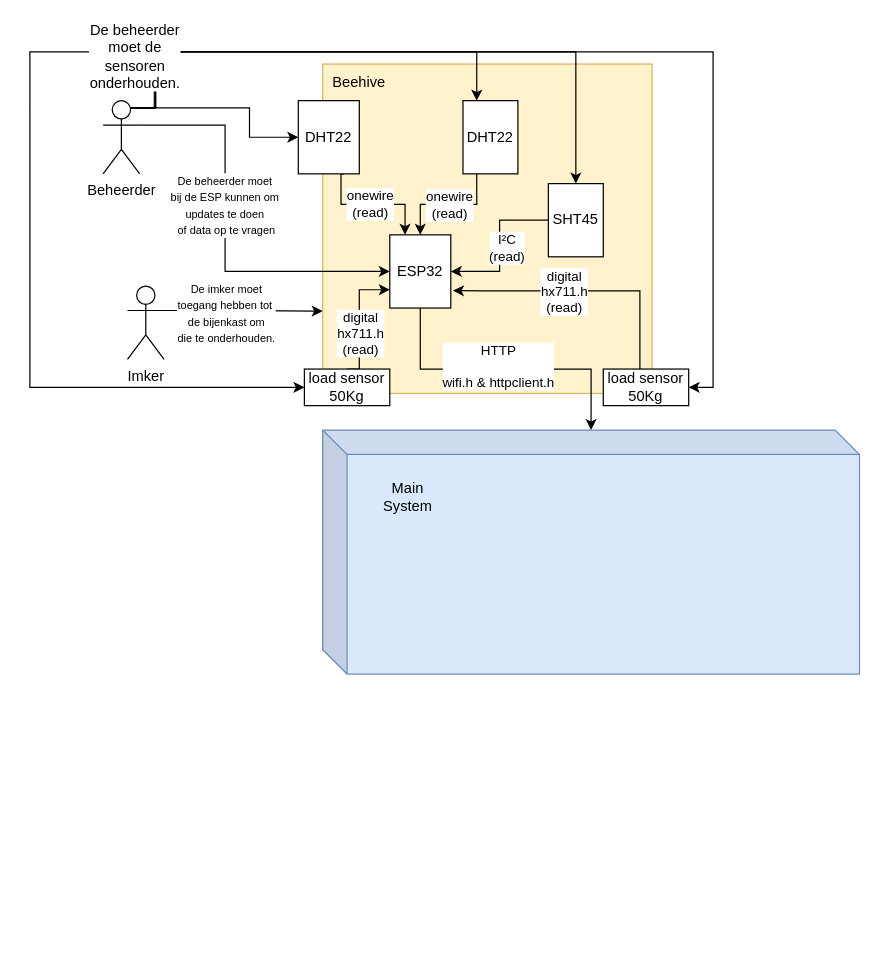
The draw.io diagram Schematisch-overzicht-Bee-Sensors.drawio in CruZxPog/integratieproject-bee, before the edit. Source tidied: cells renumbered, new cells numbered last; positions are measured from the earlier drawing's top-left corner, leaving out a move shared by most shapes. Both pictures are drawn from the tidied source at 122%, with x=0, y=0 at pixel (29, 51).
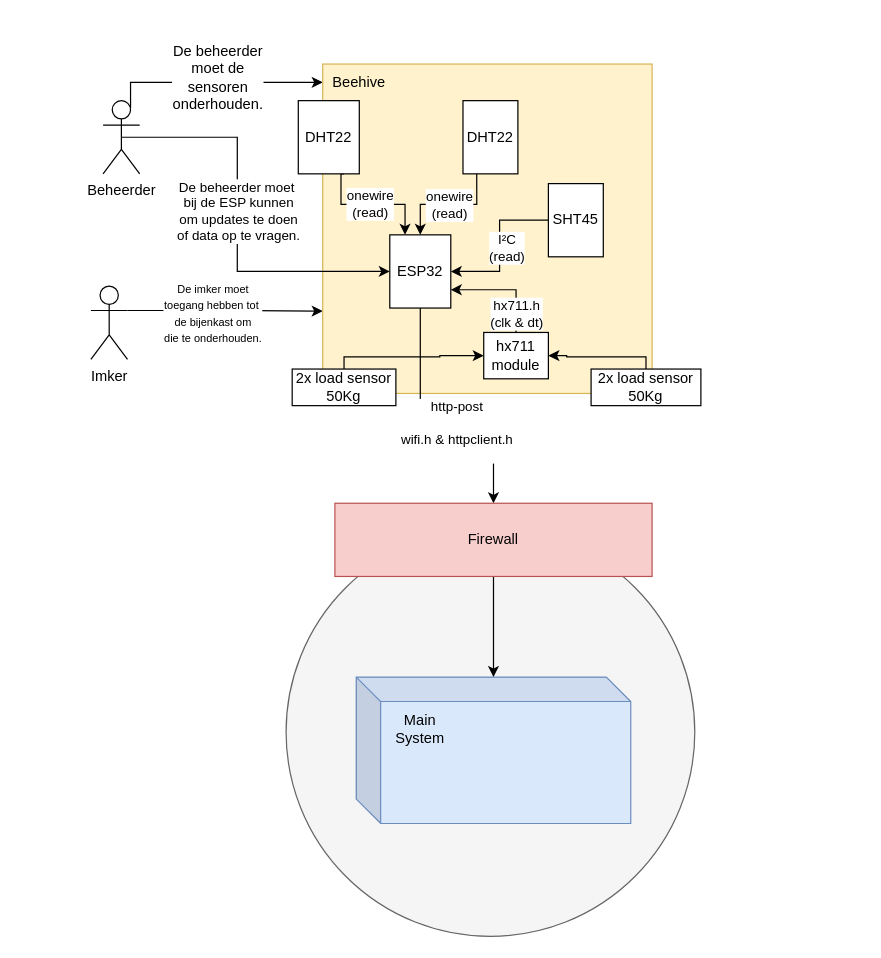
The same page after the edit.

Unchanged cells that the change refers to:
```xml
<mxCell id="2" style="edgeStyle=orthogonalEdgeStyle;rounded=0;jettySize=auto;html=1;exitX=1;exitY=0.3333333333333333;exitDx=0;exitDy=0;exitPerimeter=0;entryX=0;entryY=0.75;entryDx=0;entryDy=0;" parent="1" edge="1" source="4" target="9">
  <mxGeometry relative="1" as="geometry" />
</mxCell>
<mxCell id="8" value="Beheerder" style="shape=umlActor;verticalLabelPosition=bottom;verticalAlign=top;html=1;outlineConnect=0;" parent="1" vertex="1">
  <mxGeometry x="60" y="40" width="30" height="60" as="geometry" />
</mxCell>
<mxCell id="10" value="Beehive" style="text;html=1;align=center;verticalAlign=middle;whiteSpace=wrap;rounded=0;" parent="1" vertex="1">
  <mxGeometry x="240" y="10" width="60" height="30" as="geometry" />
</mxCell>
<mxCell id="13" value="DHT22" style="rounded=0;whiteSpace=wrap;html=1;" parent="1" vertex="1">
  <mxGeometry x="220" y="40" width="50" height="60" as="geometry" />
</mxCell>
<mxCell id="16" value="DHT22" style="rounded=0;whiteSpace=wrap;html=1;" parent="1" vertex="1">
  <mxGeometry x="355" y="40" width="45" height="60" as="geometry" />
</mxCell>
<mxCell id="19" value="SHT45" style="rounded=0;whiteSpace=wrap;html=1;" parent="1" vertex="1">
  <mxGeometry x="425" y="108" width="45" height="60" as="geometry" />
</mxCell>
<mxCell id="22" value="ESP32" style="rounded=0;whiteSpace=wrap;html=1;" parent="1" vertex="1">
  <mxGeometry x="295" y="150" width="50" height="60" as="geometry" />
</mxCell>
```

What changed in the source:
```diff
@@
+    <mxCell id="36" style="ellipse;whiteSpace=wrap;html=1;fillColor=#f5f5f5;fontColor=#333333;strokeColor=#666666;" parent="1" vertex="1">
+      <mxGeometry x="210" y="390" width="335" height="335" as="geometry" />
+    </mxCell>
@@
     <mxCell id="3" value="&lt;font style=&quot;font-size: 9px;&quot;&gt;De imker moet&lt;/font&gt;&lt;div&gt;&lt;font style=&quot;font-size: 9px;&quot;&gt;toegang hebben tot&amp;nbsp;&lt;/font&gt;&lt;div&gt;&lt;font style=&quot;font-size: 9px;&quot;&gt;de bijenkast om&lt;/font&gt;&lt;/div&gt;&lt;div&gt;&lt;font style=&quot;font-size: 9px;&quot;&gt;die te onderhouden.&lt;/font&gt;&lt;/div&gt;&lt;/div&gt;" style="edgeLabel;html=1;align=center;verticalAlign=middle;" parent="2" vertex="1">
       <mxGeometry x="-0.3" y="-1" relative="1" as="geometry">
-        <mxPoint x="4" as="offset" />
+        <mxPoint x="13" as="offset" />
       </mxGeometry>
     </mxCell>
     <mxCell id="4" value="Imker" style="shape=umlActor;verticalLabelPosition=bottom;verticalAlign=top;html=1;outlineConnect=0;" parent="1" vertex="1">
-      <mxGeometry x="80" y="192" width="30" height="60" as="geometry" />
+      <mxGeometry x="50" y="192" width="30" height="60" as="geometry" />
     </mxCell>
-    <mxCell id="5" style="edgeStyle=orthogonalEdgeStyle;rounded=0;jettySize=auto;html=1;exitX=0.75;exitY=0.1;exitDx=0;exitDy=0;exitPerimeter=0;entryX=0;entryY=0.5;entryDx=0;entryDy=0;" parent="1" edge="1" source="8" target="13">
-      <mxGeometry relative="1" as="geometry">
-        <Array as="points">
-          <mxPoint x="180" y="46" />
-          <mxPoint x="180" y="70" />
-        </Array>
-      </mxGeometry>
-    </mxCell>
-    <mxCell id="6" style="edgeStyle=orthogonalEdgeStyle;rounded=0;jettySize=auto;html=1;exitX=0.75;exitY=0.1;exitDx=0;exitDy=0;exitPerimeter=0;entryX=1;entryY=0.5;entryDx=0;entryDy=0;" parent="1" edge="1" source="8" target="35">
-      <mxGeometry relative="1" as="geometry">
-        <Array as="points">
-          <mxPoint x="103" />
-          <mxPoint x="560" />
-          <mxPoint x="560" y="275" />
-        </Array>
-      </mxGeometry>
-    </mxCell>
-    <mxCell id="7" style="edgeStyle=orthogonalEdgeStyle;rounded=0;jettySize=auto;html=1;exitX=0.75;exitY=0.1;exitDx=0;exitDy=0;exitPerimeter=0;entryX=0;entryY=0.5;entryDx=0;entryDy=0;" parent="1" edge="1" source="8" target="32">
-      <mxGeometry relative="1" as="geometry">
-        <Array as="points">
-          <mxPoint x="103" />
-          <mxPoint />
-          <mxPoint y="275" />
-        </Array>
-      </mxGeometry>
-    </mxCell>
+    <mxCell id="37" style="edgeStyle=orthogonalEdgeStyle;rounded=0;jettySize=auto;html=1;exitX=0.75;exitY=0.1;exitDx=0;exitDy=0;exitPerimeter=0;entryX=0;entryY=0.5;entryDx=0;entryDy=0;" parent="1" edge="1" source="8" target="10">
+      <mxGeometry relative="1" as="geometry">
+        <Array as="points">
+          <mxPoint x="83" y="25" />
+        </Array>
+      </mxGeometry>
+    </mxCell>
@@
-    <mxCell id="20" style="edgeStyle=orthogonalEdgeStyle;rounded=0;jettySize=auto;html=1;" parent="1" edge="1" source="22" target="23">
-      <mxGeometry relative="1" as="geometry" />
-    </mxCell>
-    <mxCell id="21" value="HTTP&lt;div&gt;&lt;br&gt;&lt;/div&gt;&lt;div&gt;wifi.h &amp;amp; httpclient.h&lt;/div&gt;" style="edgeLabel;html=1;align=center;verticalAlign=middle;" parent="20" vertex="1">
-      <mxGeometry x="-0.06" y="3" relative="1" as="geometry" />
-    </mxCell>
+    <mxCell id="38" style="edgeStyle=orthogonalEdgeStyle;rounded=0;jettySize=auto;html=1;exitX=0.5;exitY=1;exitDx=0;exitDy=0;entryX=0.5;entryY=0;entryDx=0;entryDy=0;" parent="1" edge="1" source="22" target="43">
+      <mxGeometry relative="1" as="geometry">
+        <Array as="points">
+          <mxPoint x="320" y="310" />
+          <mxPoint x="380" y="310" />
+        </Array>
+      </mxGeometry>
+    </mxCell>
+    <mxCell id="39" value="http-post&lt;div&gt;&lt;br&gt;&lt;div&gt;wifi.h &amp;amp; httpclient.h&lt;/div&gt;&lt;/div&gt;&lt;div&gt;&lt;br&gt;&lt;/div&gt;" style="edgeLabel;html=1;align=center;verticalAlign=middle;" parent="38" vertex="1">
+      <mxGeometry x="0.1" relative="1" as="geometry">
+        <mxPoint x="8" as="offset" />
+      </mxGeometry>
+    </mxCell>
@@
     <mxCell id="23" style="shape=cube;whiteSpace=wrap;html=1;boundedLbl=1;backgroundOutline=1;darkOpacity=0.05;darkOpacity2=0.1;fillColor=#dae8fc;strokeColor=#6c8ebf;" parent="1" vertex="1">
-      <mxGeometry x="240" y="310" width="440" height="200" as="geometry" />
+      <mxGeometry x="267.5" y="512.5" width="225" height="120" as="geometry" />
     </mxCell>
+    <mxCell id="40" style="edgeStyle=orthogonalEdgeStyle;rounded=0;jettySize=auto;html=1;exitX=0.5;exitY=0;exitDx=0;exitDy=0;entryX=0;entryY=0.5;entryDx=0;entryDy=0;" parent="1" edge="1" source="32" target="44">
+      <mxGeometry relative="1" as="geometry">
+        <Array as="points">
+          <mxPoint x="258" y="250" />
+          <mxPoint x="336" y="250" />
+          <mxPoint x="336" y="249" />
+        </Array>
+      </mxGeometry>
+    </mxCell>
+    <mxCell id="32" value="2x load sensor&lt;div&gt;50Kg&lt;/div&gt;" style="rounded=0;whiteSpace=wrap;html=1;" parent="1" vertex="1">
+      <mxGeometry x="215" y="260" width="85" height="30" as="geometry" />
+    </mxCell>
+    <mxCell id="41" style="edgeStyle=orthogonalEdgeStyle;rounded=0;jettySize=auto;html=1;exitX=0.5;exitY=0;exitDx=0;exitDy=0;entryX=1;entryY=0.5;entryDx=0;entryDy=0;" parent="1" edge="1" source="35" target="44">
+      <mxGeometry relative="1" as="geometry">
+        <Array as="points">
+          <mxPoint x="505" y="250" />
+          <mxPoint x="440" y="250" />
+          <mxPoint x="440" y="249" />
+        </Array>
+      </mxGeometry>
+    </mxCell>
+    <mxCell id="35" value="2x load sensor&lt;div&gt;50Kg&lt;/div&gt;" style="rounded=0;whiteSpace=wrap;html=1;" parent="1" vertex="1">
+      <mxGeometry x="460" y="260" width="90" height="30" as="geometry" />
+    </mxCell>
+    <mxCell id="27" value="&lt;span style=&quot;font-size: 12px; text-wrap-mode: wrap;&quot;&gt;De beheerder moet de sensoren onderhouden.&lt;/span&gt;" style="edgeLabel;html=1;align=center;verticalAlign=middle;" parent="1" vertex="1">
+      <mxGeometry x="20" y="80" as="geometry">
+        <mxPoint x="133" y="-60" as="offset" />
+      </mxGeometry>
+    </mxCell>
     <mxCell id="24" value="Main System" style="text;html=1;align=center;verticalAlign=middle;whiteSpace=wrap;rounded=0;" parent="1" vertex="1">
-      <mxGeometry x="280" y="350" width="60" height="30" as="geometry" />
+      <mxGeometry x="290" y="540" width="60" height="30" as="geometry" />
     </mxCell>
-    <mxCell id="25" style="edgeStyle=orthogonalEdgeStyle;rounded=0;jettySize=auto;html=1;exitX=0.75;exitY=0.1;exitDx=0;exitDy=0;exitPerimeter=0;entryX=0.25;entryY=0;entryDx=0;entryDy=0;" parent="1" edge="1" source="8" target="16">
-      <mxGeometry relative="1" as="geometry">
-        <Array as="points">
-          <mxPoint x="103" />
-          <mxPoint x="366" />
-        </Array>
-      </mxGeometry>
-    </mxCell>
-    <mxCell id="26" style="edgeStyle=orthogonalEdgeStyle;rounded=0;jettySize=auto;html=1;exitX=0.75;exitY=0.1;exitDx=0;exitDy=0;exitPerimeter=0;entryX=0.5;entryY=0;entryDx=0;entryDy=0;" parent="1" edge="1" source="8" target="19">
-      <mxGeometry relative="1" as="geometry">
-        <Array as="points">
-          <mxPoint x="102" />
-          <mxPoint x="448" />
-        </Array>
-      </mxGeometry>
-    </mxCell>
-    <mxCell id="27" value="&lt;span style=&quot;font-size: 12px; text-wrap-mode: wrap;&quot;&gt;De beheerder moet de sensoren onderhouden.&lt;/span&gt;" style="edgeLabel;html=1;align=center;verticalAlign=middle;" parent="26" vertex="1">
-      <mxGeometry x="-0.76" relative="1" as="geometry">
-        <mxPoint x="-17" as="offset" />
-      </mxGeometry>
-    </mxCell>
+    <mxCell id="42" style="edgeStyle=orthogonalEdgeStyle;rounded=0;jettySize=auto;html=1;exitX=0.5;exitY=1;exitDx=0;exitDy=0;" parent="1" edge="1" source="43" target="23">
+      <mxGeometry relative="1" as="geometry" />
+    </mxCell>
+    <mxCell id="43" value="Firewall" style="rounded=0;whiteSpace=wrap;html=1;fillColor=#f8cecc;strokeColor=#b85450;" parent="1" vertex="1">
+      <mxGeometry x="250" y="370" width="260" height="60" as="geometry" />
+    </mxCell>
+    <mxCell id="44" value="hx711 module" style="rounded=0;whiteSpace=wrap;html=1;" parent="1" vertex="1">
+      <mxGeometry x="372" y="230" width="53" height="38" as="geometry" />
+    </mxCell>
+    <mxCell id="45" style="edgeStyle=orthogonalEdgeStyle;rounded=0;jettySize=auto;html=1;exitX=0.5;exitY=0;exitDx=0;exitDy=0;entryX=1;entryY=0.75;entryDx=0;entryDy=0;" parent="1" edge="1" source="44" target="22">
+      <mxGeometry relative="1" as="geometry">
+        <Array as="points">
+          <mxPoint x="399" y="195" />
+        </Array>
+      </mxGeometry>
+    </mxCell>
+    <mxCell id="46" value="hx711.h&lt;div&gt;(clk &amp;amp; dt)&lt;/div&gt;" style="edgeLabel;html=1;align=center;verticalAlign=middle;" parent="45" vertex="1">
+      <mxGeometry x="-0.47" y="-2" relative="1" as="geometry">
+        <mxPoint x="-2" y="7" as="offset" />
+      </mxGeometry>
+    </mxCell>
-    <mxCell id="28" style="edgeStyle=orthogonalEdgeStyle;rounded=0;jettySize=auto;html=1;exitX=1;exitY=0.3333333333333333;exitDx=0;exitDy=0;exitPerimeter=0;entryX=0;entryY=0.5;entryDx=0;entryDy=0;" parent="1" edge="1" source="8" target="22">
+    <mxCell id="28" style="edgeStyle=orthogonalEdgeStyle;rounded=0;jettySize=auto;html=1;exitX=0.5;exitY=0.5;exitDx=0;exitDy=0;exitPerimeter=0;entryX=0;entryY=0.5;entryDx=0;entryDy=0;" parent="1" edge="1" source="8" target="22">
       <mxGeometry relative="1" as="geometry">
         <Array as="points">
-          <mxPoint x="160" y="60" />
-          <mxPoint x="160" y="180" />
+          <mxPoint x="170" y="70" />
+          <mxPoint x="170" y="180" />
         </Array>
       </mxGeometry>
     </mxCell>
-    <mxCell id="29" value="&lt;font style=&quot;font-size: 9px;&quot;&gt;De beheerder moet&amp;nbsp;&lt;/font&gt;&lt;div&gt;&lt;font style=&quot;font-size: 9px;&quot;&gt;bij de ESP kunnen om&amp;nbsp;&lt;/font&gt;&lt;/div&gt;&lt;div&gt;&lt;font style=&quot;font-size: 9px;&quot;&gt;updates te doen&amp;nbsp;&lt;/font&gt;&lt;/div&gt;&lt;div&gt;&lt;font style=&quot;font-size: 9px;&quot;&gt;of data op te vragen&lt;/font&gt;&lt;/div&gt;" style="edgeLabel;html=1;align=center;verticalAlign=middle;" parent="28" vertex="1">
-      <mxGeometry x="-0.29" relative="1" as="geometry">
-        <mxPoint y="20" as="offset" />
-      </mxGeometry>
-    </mxCell>
-    <mxCell id="30" style="edgeStyle=orthogonalEdgeStyle;rounded=0;jettySize=auto;html=1;exitX=0.5;exitY=0;exitDx=0;exitDy=0;entryX=0;entryY=0.75;entryDx=0;entryDy=0;" parent="1" edge="1" source="32" target="22">
-      <mxGeometry relative="1" as="geometry">
-        <Array as="points">
-          <mxPoint x="270" y="260" />
-          <mxPoint x="270" y="195" />
-        </Array>
-      </mxGeometry>
-    </mxCell>
-    <mxCell id="31" value="digital&lt;div&gt;hx711.h&lt;br&gt;&lt;div&gt;(read)&lt;/div&gt;&lt;/div&gt;" style="edgeLabel;html=1;align=center;verticalAlign=middle;" parent="30" vertex="1">
-      <mxGeometry x="-0.41" y="-1" relative="1" as="geometry">
-        <mxPoint x="-1" y="-10" as="offset" />
-      </mxGeometry>
-    </mxCell>
-    <mxCell id="32" value="load sensor&lt;div&gt;50Kg&lt;/div&gt;" style="rounded=0;whiteSpace=wrap;html=1;" parent="1" vertex="1">
-      <mxGeometry x="225" y="260" width="70" height="30" as="geometry" />
-    </mxCell>
-    <mxCell id="33" style="edgeStyle=orthogonalEdgeStyle;rounded=0;jettySize=auto;html=1;exitX=0.5;exitY=0;exitDx=0;exitDy=0;entryX=1.036;entryY=0.762;entryDx=0;entryDy=0;entryPerimeter=0;" parent="1" edge="1" target="22">
-      <mxGeometry relative="1" as="geometry">
-        <mxPoint x="500" y="260" as="sourcePoint" />
-        <Array as="points">
-          <mxPoint x="500" y="196" />
-          <mxPoint x="370" y="196" />
-        </Array>
-      </mxGeometry>
-    </mxCell>
-    <mxCell id="34" value="&lt;span style=&quot;color: rgb(0, 0, 0); font-family: Helvetica; font-size: 11px; font-style: normal; font-variant-ligatures: normal; font-variant-caps: normal; font-weight: 400; letter-spacing: normal; orphans: 2; text-align: center; text-indent: 0px; text-transform: none; widows: 2; word-spacing: 0px; -webkit-text-stroke-width: 0px; white-space: nowrap; background-color: rgb(255, 255, 255); text-decoration-thickness: initial; text-decoration-style: initial; text-decoration-color: initial; float: none; display: inline !important;&quot;&gt;digital&lt;/span&gt;&lt;div style=&quot;forced-color-adjust: none; color: rgb(0, 0, 0); font-family: Helvetica; font-size: 11px; font-style: normal; font-variant-ligatures: normal; font-variant-caps: normal; font-weight: 400; letter-spacing: normal; orphans: 2; text-align: center; text-indent: 0px; text-transform: none; widows: 2; word-spacing: 0px; -webkit-text-stroke-width: 0px; white-space: nowrap; text-decoration-thickness: initial; text-decoration-style: initial; text-decoration-color: initial;&quot;&gt;hx711.h&lt;br style=&quot;forced-color-adjust: none;&quot;&gt;&lt;div style=&quot;forced-color-adjust: none;&quot;&gt;(read)&lt;/div&gt;&lt;/div&gt;" style="edgeLabel;html=1;align=center;verticalAlign=middle;" parent="33" vertex="1">
-      <mxGeometry x="-0.08" relative="1" as="geometry">
-        <mxPoint x="-27" as="offset" />
-      </mxGeometry>
-    </mxCell>
-    <mxCell id="35" value="load sensor&lt;div&gt;50Kg&lt;/div&gt;" style="rounded=0;whiteSpace=wrap;html=1;" parent="1" vertex="1">
-      <mxGeometry x="470" y="260" width="70" height="30" as="geometry" />
-    </mxCell>
+    <mxCell id="47" value="De beheerder moet&amp;nbsp;&lt;div&gt;bij de ESP kunnen&lt;div&gt;&amp;nbsp;om updates te doen&amp;nbsp;&lt;/div&gt;&lt;div&gt;of data op te vragen.&lt;/div&gt;&lt;/div&gt;" style="edgeLabel;html=1;align=center;verticalAlign=middle;" parent="28" vertex="1">
+      <mxGeometry x="-0.02" relative="1" as="geometry">
+        <mxPoint y="-7" as="offset" />
+      </mxGeometry>
+    </mxCell>
```
